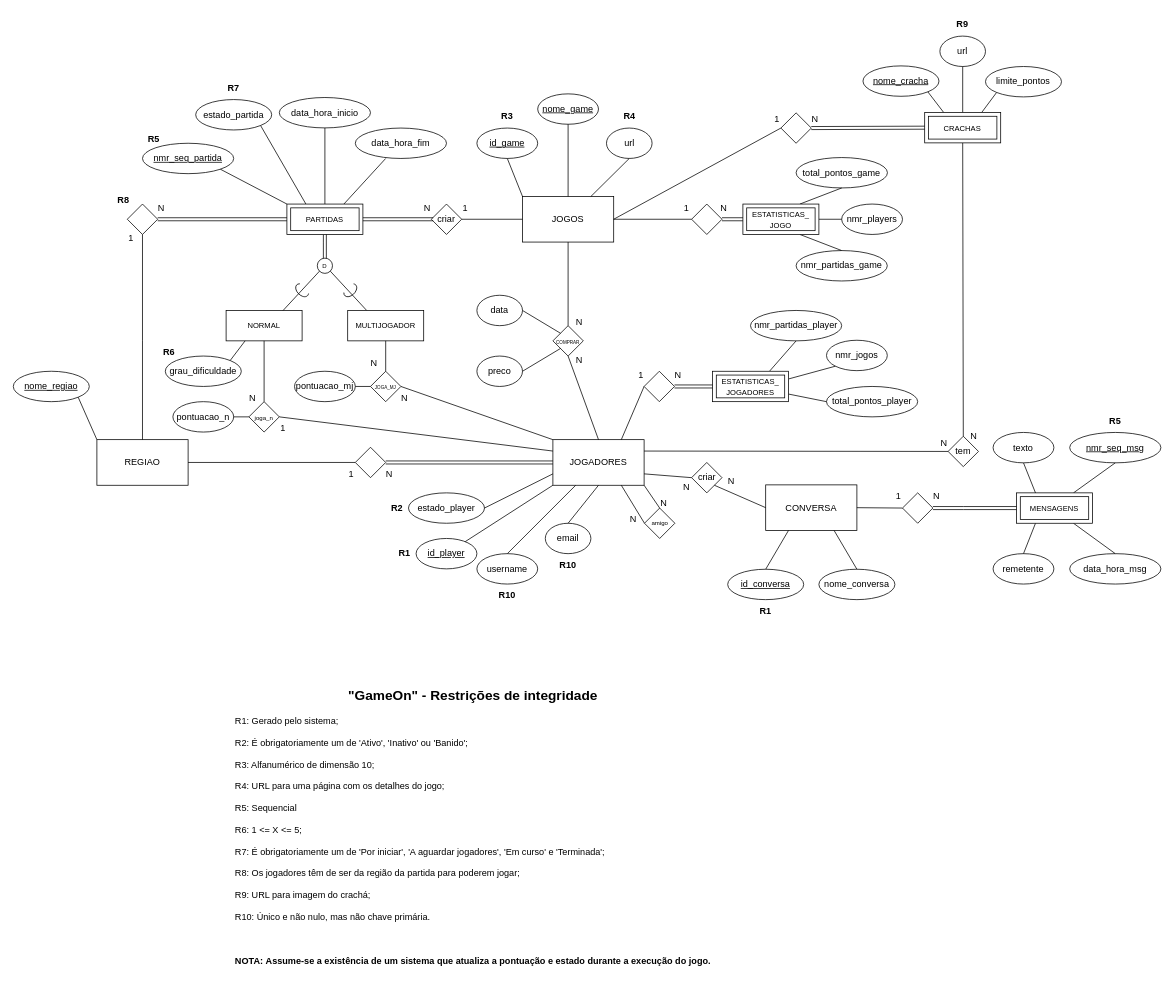
Earlier version of the draw.io diagram Docs/ModeloEAG9.drawio (TiagoNeves9/SisInf-SV2223-G9). Source tidied: cells renumbered, new cells numbered last; positions are measured from the earlier drawing's top-left corner, leaving out a move shared by most shapes. Both pictures are drawn from the tidied source at 76%, with x=0, y=0 at pixel (13, 13).
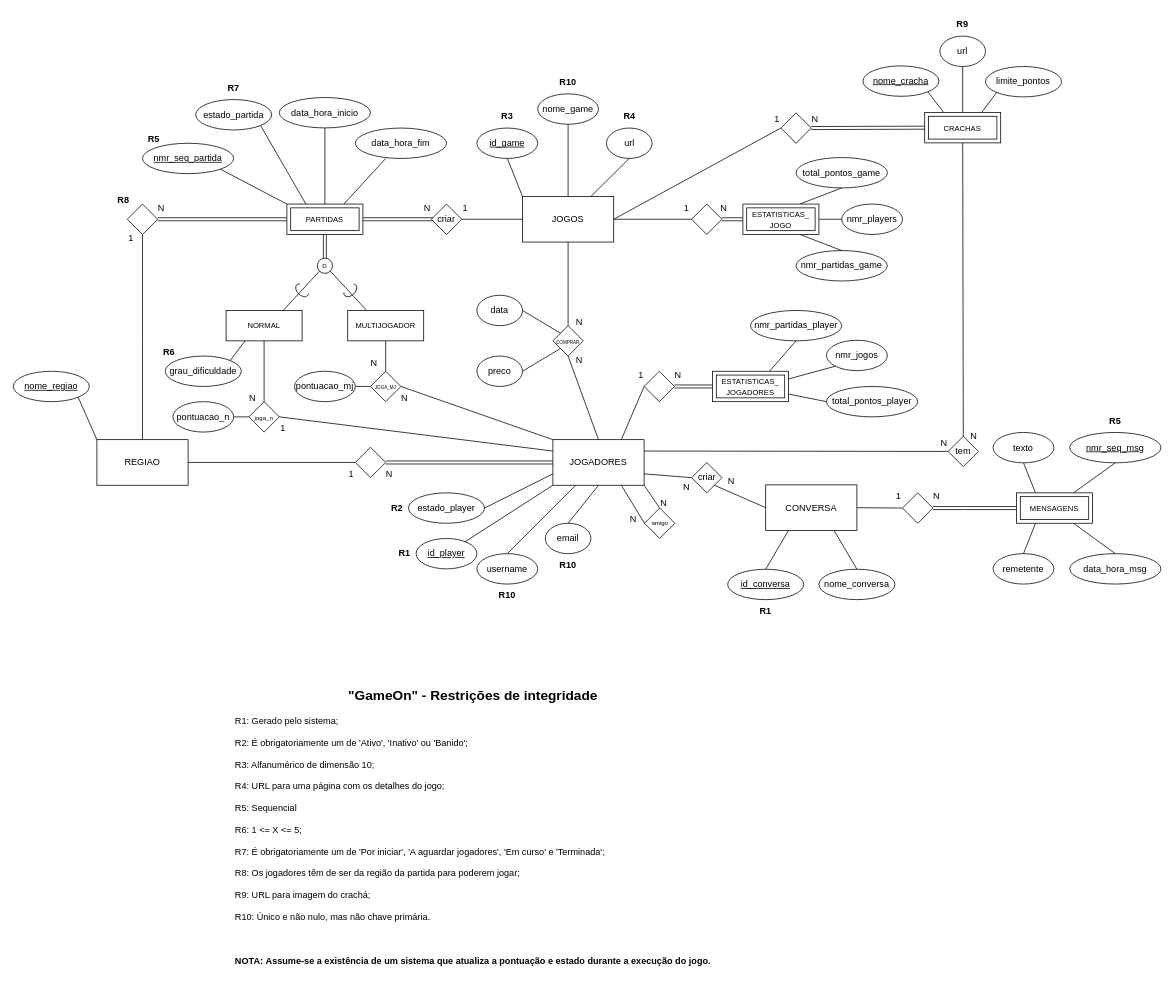
The same diagram, later.

The edit, as a diff of the source:
```diff
@@
-    <mxCell id="37" value="&lt;u&gt;nome_game&lt;/u&gt;" style="ellipse;whiteSpace=wrap;html=1;" parent="1" vertex="1">
+    <mxCell id="37" value="nome_game" style="ellipse;whiteSpace=wrap;html=1;" parent="1" vertex="1">
       <mxGeometry x="690" y="106" width="80" height="40" as="geometry" />
     </mxCell>
@@
+    <mxCell id="165" value="&lt;font style=&quot;font-size: 12px;&quot;&gt;R10&lt;/font&gt;" style="text;html=1;strokeColor=none;fillColor=none;align=center;verticalAlign=middle;whiteSpace=wrap;rounded=0;fontSize=8;fontStyle=1;" parent="1" vertex="1">
+      <mxGeometry x="715" y="76" width="30" height="30" as="geometry" />
+    </mxCell>
```
